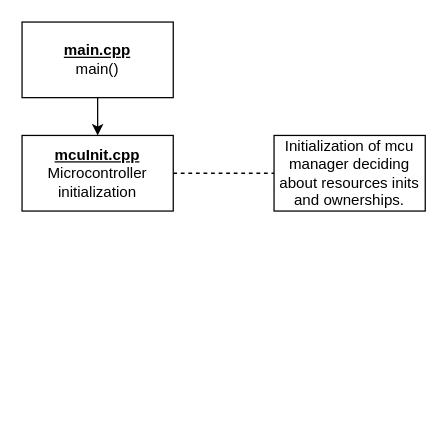
This is doc/initSequence.drawio from oxfrd/HAL, a draw.io file, before an edit. Source tidied: cells renumbered, new cells numbered last; positions are measured from the earlier drawing's top-left corner, leaving out a move shared by most shapes. Both pictures are drawn from the tidied source at 126%, with x=0, y=0 at pixel (21, 21).
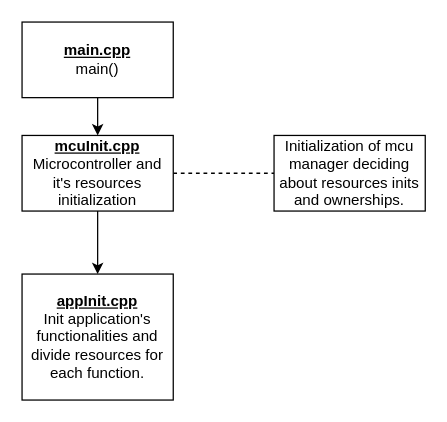
After the change.

The edit, as a diff of the source:
```diff
@@
 <mxGraphModel>
   <root>
     <mxCell id="0" />
     <mxCell id="1" parent="0" />
     <mxCell id="2" style="edgeStyle=none;html=1;" parent="1" edge="1" source="3" target="5">
       <mxGeometry relative="1" as="geometry" />
     </mxCell>
     <mxCell id="3" value="&lt;b&gt;&lt;u&gt;main.cpp&lt;/u&gt;&lt;/b&gt;&lt;br&gt;main()" style="rounded=0;whiteSpace=wrap;html=1;" parent="1" vertex="1">
       <mxGeometry width="120" height="60" as="geometry" />
     </mxCell>
     <mxCell id="4" style="edgeStyle=none;html=1;strokeColor=default;dashed=1;endArrow=none;endFill=0;" parent="1" edge="1" source="5" target="6">
       <mxGeometry relative="1" as="geometry" />
     </mxCell>
+    <mxCell id="7" style="edgeStyle=none;html=1;" parent="1" edge="1" source="5" target="8">
+      <mxGeometry relative="1" as="geometry" />
+    </mxCell>
-    <mxCell id="5" value="&lt;b&gt;&lt;u&gt;mcuInit.cpp&lt;/u&gt;&lt;/b&gt;&lt;br&gt;Microcontroller initialization" style="rounded=0;whiteSpace=wrap;html=1;" parent="1" vertex="1">
+    <mxCell id="5" value="&lt;b&gt;&lt;u&gt;mcuInit.cpp&lt;/u&gt;&lt;/b&gt;&lt;br&gt;Microcontroller and it's resources initialization" style="rounded=0;whiteSpace=wrap;html=1;" parent="1" vertex="1">
       <mxGeometry y="90" width="120" height="60" as="geometry" />
     </mxCell>
     <mxCell id="6" value="Initialization of mcu manager deciding about resources inits and ownerships." style="rounded=0;whiteSpace=wrap;html=1;" parent="1" vertex="1">
       <mxGeometry x="200" y="90" width="120" height="60" as="geometry" />
     </mxCell>
+    <mxCell id="8" value="&lt;b&gt;&lt;u&gt;appInit.cpp&lt;/u&gt;&lt;/b&gt;&lt;br&gt;Init application's functionalities and divide resources for each function." style="rounded=0;whiteSpace=wrap;html=1;" parent="1" vertex="1">
+      <mxGeometry y="200" width="120" height="100" as="geometry" />
+    </mxCell>
   </root>
 </mxGraphModel>
```
